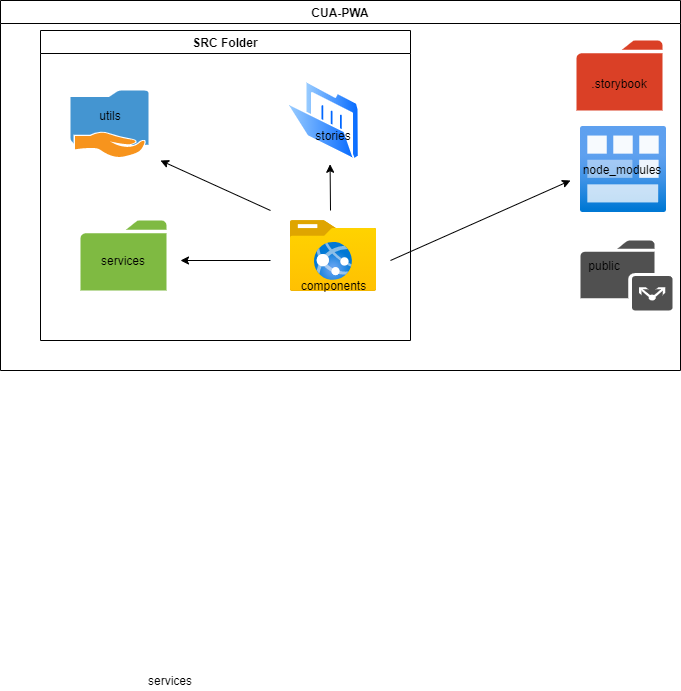
Before: image/react-structuration.png, a diagram exported from draw.io (vetsonombana/diagram). Source tidied: cells renumbered, new cells last; positions are measured from the earlier drawing's top-left corner, leaving out a move shared by most shapes. Its diagram source:
```xml
<mxGraphModel>
  <root>
    <mxCell id="0" />
    <mxCell id="1" parent="0" />
    <mxCell id="2" value="CUA-PWA" style="swimlane;" parent="1" vertex="1">
      <mxGeometry width="680" height="370" as="geometry" />
    </mxCell>
    <mxCell id="3" style="shadow=0;dashed=0;html=1;strokeColor=none;fillColor=#505050;labelPosition=center;verticalLabelPosition=bottom;verticalAlign=top;align=center;shape=mxgraph.office.concepts.folder_public;" parent="2" vertex="1">
      <mxGeometry x="580" y="240" width="92" height="70" as="geometry" />
    </mxCell>
    <mxCell id="4" style="html=1;align=center;image;fontSize=12;image=img/lib/azure2/general/Module.svg;" parent="2" vertex="1">
      <mxGeometry x="580" y="126" width="86" height="86" as="geometry" />
    </mxCell>
    <mxCell id="5" value="node_modules&lt;br&gt;" style="text;html=1;strokeColor=none;fillColor=none;align=center;verticalAlign=middle;whiteSpace=wrap;rounded=0;" parent="2" vertex="1">
      <mxGeometry x="602" y="159" width="40" height="20" as="geometry" />
    </mxCell>
    <mxCell id="6" value="public&lt;br&gt;" style="text;html=1;strokeColor=none;fillColor=none;align=center;verticalAlign=middle;whiteSpace=wrap;rounded=0;" parent="2" vertex="1">
      <mxGeometry x="584" y="255" width="40" height="20" as="geometry" />
    </mxCell>
    <mxCell id="7" value="SRC Folder" style="swimlane;" parent="2" vertex="1">
      <mxGeometry x="40" y="30" width="370" height="310" as="geometry" />
    </mxCell>
    <mxCell id="8" style="html=1;align=center;image;fontSize=12;image=img/lib/azure2/general/Folder_Website.svg;" parent="7" vertex="1">
      <mxGeometry x="250" y="190" width="86" height="70.8" as="geometry" />
    </mxCell>
    <mxCell id="9" style="perimeter=ellipsePerimeter;html=1;align=center;shadow=0;dashed=0;spacingTop=3;image;image=img/lib/active_directory/folder_open.svg;" parent="7" vertex="1">
      <mxGeometry x="245.5" y="50" width="73.6" height="80" as="geometry" />
    </mxCell>
    <mxCell id="10" style="shadow=0;dashed=0;html=1;strokeColor=none;labelPosition=center;verticalLabelPosition=bottom;verticalAlign=top;align=center;shape=mxgraph.office.concepts.folder;fillColor=#7FBA42;" parent="7" vertex="1">
      <mxGeometry x="40" y="190" width="86" height="70" as="geometry" />
    </mxCell>
    <mxCell id="11" value="stories&lt;br&gt;" style="text;html=1;strokeColor=none;fillColor=none;align=center;verticalAlign=middle;whiteSpace=wrap;rounded=0;" parent="7" vertex="1">
      <mxGeometry x="270.2" y="95" width="45.5" height="20" as="geometry" />
    </mxCell>
    <mxCell id="12" value="components" style="text;html=1;strokeColor=none;fillColor=none;align=center;verticalAlign=middle;whiteSpace=wrap;rounded=0;" parent="7" vertex="1">
      <mxGeometry x="257.5" y="240" width="71" height="30" as="geometry" />
    </mxCell>
    <mxCell id="13" value="services" style="text;html=1;strokeColor=none;fillColor=none;align=center;verticalAlign=middle;whiteSpace=wrap;rounded=0;" parent="7" vertex="1">
      <mxGeometry x="63" y="220" width="40" height="20" as="geometry" />
    </mxCell>
    <mxCell id="14" style="shadow=0;dashed=0;html=1;strokeColor=none;labelPosition=center;verticalLabelPosition=bottom;verticalAlign=top;align=center;shape=mxgraph.office.concepts.folder;fillColor=#DA4026;" parent="2" vertex="1">
      <mxGeometry x="576" y="40" width="86" height="70" as="geometry" />
    </mxCell>
    <mxCell id="15" value=".storybook" style="text;html=1;strokeColor=none;fillColor=none;align=center;verticalAlign=middle;whiteSpace=wrap;rounded=0;" parent="2" vertex="1">
      <mxGeometry x="576" y="70" width="86" height="25" as="geometry" />
    </mxCell>
    <mxCell id="16" value="services" style="text;html=1;strokeColor=none;fillColor=none;align=center;verticalAlign=middle;whiteSpace=wrap;rounded=0;" parent="1" vertex="1">
      <mxGeometry x="150" y="670" width="40" height="20" as="geometry" />
    </mxCell>
    <mxCell id="17" style="shadow=0;dashed=0;html=1;strokeColor=none;fillColor=#4495D1;labelPosition=center;verticalLabelPosition=bottom;verticalAlign=top;align=center;shape=mxgraph.veeam.shared_folder;" parent="1" vertex="1">
      <mxGeometry x="70" y="90" width="78" height="67" as="geometry" />
    </mxCell>
    <mxCell id="18" value="utils" style="text;html=1;strokeColor=none;fillColor=none;align=center;verticalAlign=middle;whiteSpace=wrap;rounded=0;" parent="1" vertex="1">
      <mxGeometry x="90" y="105" width="40" height="20" as="geometry" />
    </mxCell>
    <mxCell id="19" style="endArrow=classic;html=1;" parent="1" edge="1">
      <mxGeometry relative="1" as="geometry">
        <mxPoint x="390" y="260" as="sourcePoint" />
        <mxPoint x="570" y="180" as="targetPoint" />
      </mxGeometry>
    </mxCell>
    <mxCell id="20" style="endArrow=classic;html=1;" parent="1" edge="1">
      <mxGeometry relative="1" as="geometry">
        <mxPoint x="270" y="260" as="sourcePoint" />
        <mxPoint x="180" y="260" as="targetPoint" />
      </mxGeometry>
    </mxCell>
    <mxCell id="21" style="endArrow=classic;html=1;entryX=0.599;entryY=1.047;entryDx=0;entryDy=0;entryPerimeter=0;" parent="1" edge="1" target="9">
      <mxGeometry relative="1" as="geometry">
        <mxPoint x="330" y="210" as="sourcePoint" />
      </mxGeometry>
    </mxCell>
    <mxCell id="22" style="endArrow=classic;html=1;" parent="1" edge="1">
      <mxGeometry relative="1" as="geometry">
        <mxPoint x="270" y="210" as="sourcePoint" />
        <mxPoint x="160" y="160" as="targetPoint" />
      </mxGeometry>
    </mxCell>
  </root>
</mxGraphModel>
```
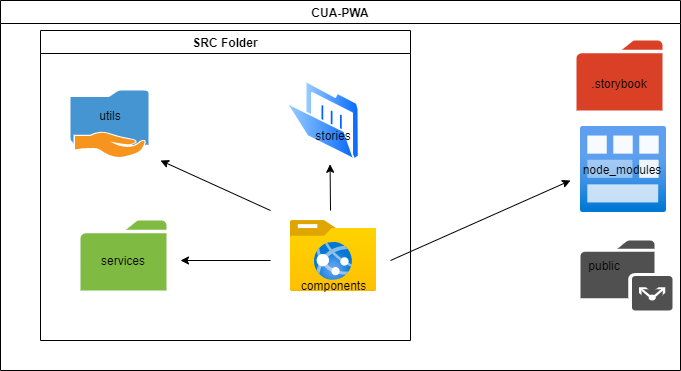
After the change.

Change to the diagram source:
```diff
@@ -44,9 +44,6 @@
     <mxCell id="15" value=".storybook" style="text;html=1;strokeColor=none;fillColor=none;align=center;verticalAlign=middle;whiteSpace=wrap;rounded=0;" parent="2" vertex="1">
       <mxGeometry x="576" y="70" width="86" height="25" as="geometry" />
     </mxCell>
-    <mxCell id="16" value="services" style="text;html=1;strokeColor=none;fillColor=none;align=center;verticalAlign=middle;whiteSpace=wrap;rounded=0;" parent="1" vertex="1">
-      <mxGeometry x="150" y="670" width="40" height="20" as="geometry" />
-    </mxCell>
     <mxCell id="17" style="shadow=0;dashed=0;html=1;strokeColor=none;fillColor=#4495D1;labelPosition=center;verticalLabelPosition=bottom;verticalAlign=top;align=center;shape=mxgraph.veeam.shared_folder;" parent="1" vertex="1">
       <mxGeometry x="70" y="90" width="78" height="67" as="geometry" />
     </mxCell>
```
